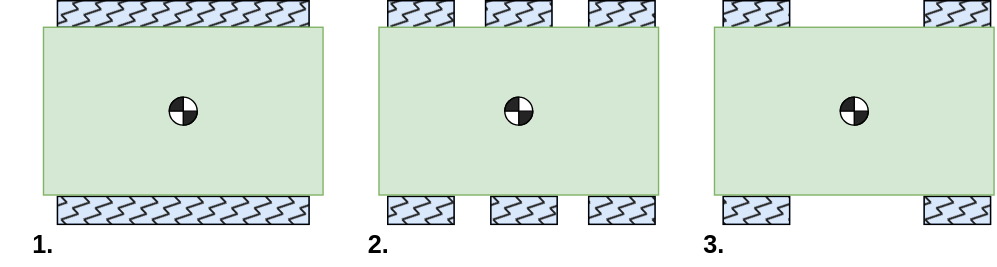
Above: Figures/skiddingDrive.drawio.svg in orjano-max/ORJANOS_MASTER_REPO (draw.io), before the change. Source tidied: cells renumbered, new cells last; positions are measured from the earlier drawing's top-left corner, leaving out a move shared by most shapes.
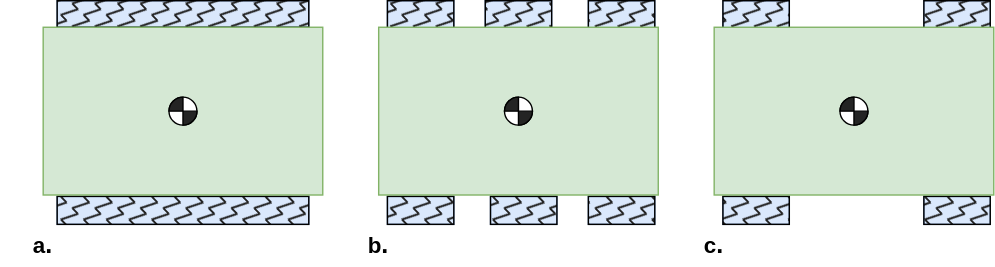
After the commit.

What changed in the source:
```diff
@@ -164,13 +164,13 @@
     <mxCell id="55" style="verticalLabelPosition=bottom;verticalAlign=top;html=1;shape=mxgraph.basic.pie;startAngle=0.75;endAngle=0;fillColor=#242424;direction=west;" parent="52" vertex="1">
       <mxGeometry width="20" height="20" as="geometry" />
     </mxCell>
-    <mxCell id="56" value="&lt;font style=&quot;font-size: 18px;&quot;&gt;1.&lt;/font&gt;" style="text;html=1;strokeColor=none;fillColor=none;align=center;verticalAlign=middle;whiteSpace=wrap;rounded=0;fontSize=16;fontStyle=1;" parent="1" vertex="1">
+    <mxCell id="56" value="a&lt;font style=&quot;font-size: 18px;&quot;&gt;.&lt;/font&gt;" style="text;html=1;strokeColor=none;fillColor=none;align=center;verticalAlign=middle;whiteSpace=wrap;rounded=0;fontSize=16;fontStyle=1;" parent="1" vertex="1">
       <mxGeometry y="160" width="60" height="30" as="geometry" />
     </mxCell>
-    <mxCell id="57" value="&lt;font style=&quot;font-size: 18px;&quot;&gt;2.&lt;/font&gt;" style="text;html=1;strokeColor=none;fillColor=none;align=center;verticalAlign=middle;whiteSpace=wrap;rounded=0;fontSize=16;fontStyle=1;" parent="1" vertex="1">
+    <mxCell id="57" value="b&lt;font style=&quot;font-size: 18px;&quot;&gt;.&lt;/font&gt;" style="text;html=1;strokeColor=none;fillColor=none;align=center;verticalAlign=middle;whiteSpace=wrap;rounded=0;fontSize=16;fontStyle=1;" parent="1" vertex="1">
       <mxGeometry x="240" y="160" width="60" height="30" as="geometry" />
     </mxCell>
-    <mxCell id="58" value="&lt;font style=&quot;font-size: 18px;&quot;&gt;3.&lt;/font&gt;" style="text;html=1;strokeColor=none;fillColor=none;align=center;verticalAlign=middle;whiteSpace=wrap;rounded=0;fontSize=16;fontStyle=1;" parent="1" vertex="1">
+    <mxCell id="58" value="c&lt;font style=&quot;font-size: 18px;&quot;&gt;.&lt;/font&gt;" style="text;html=1;strokeColor=none;fillColor=none;align=center;verticalAlign=middle;whiteSpace=wrap;rounded=0;fontSize=16;fontStyle=1;" parent="1" vertex="1">
       <mxGeometry x="480" y="160" width="60" height="30" as="geometry" />
     </mxCell>
   </root>
```
